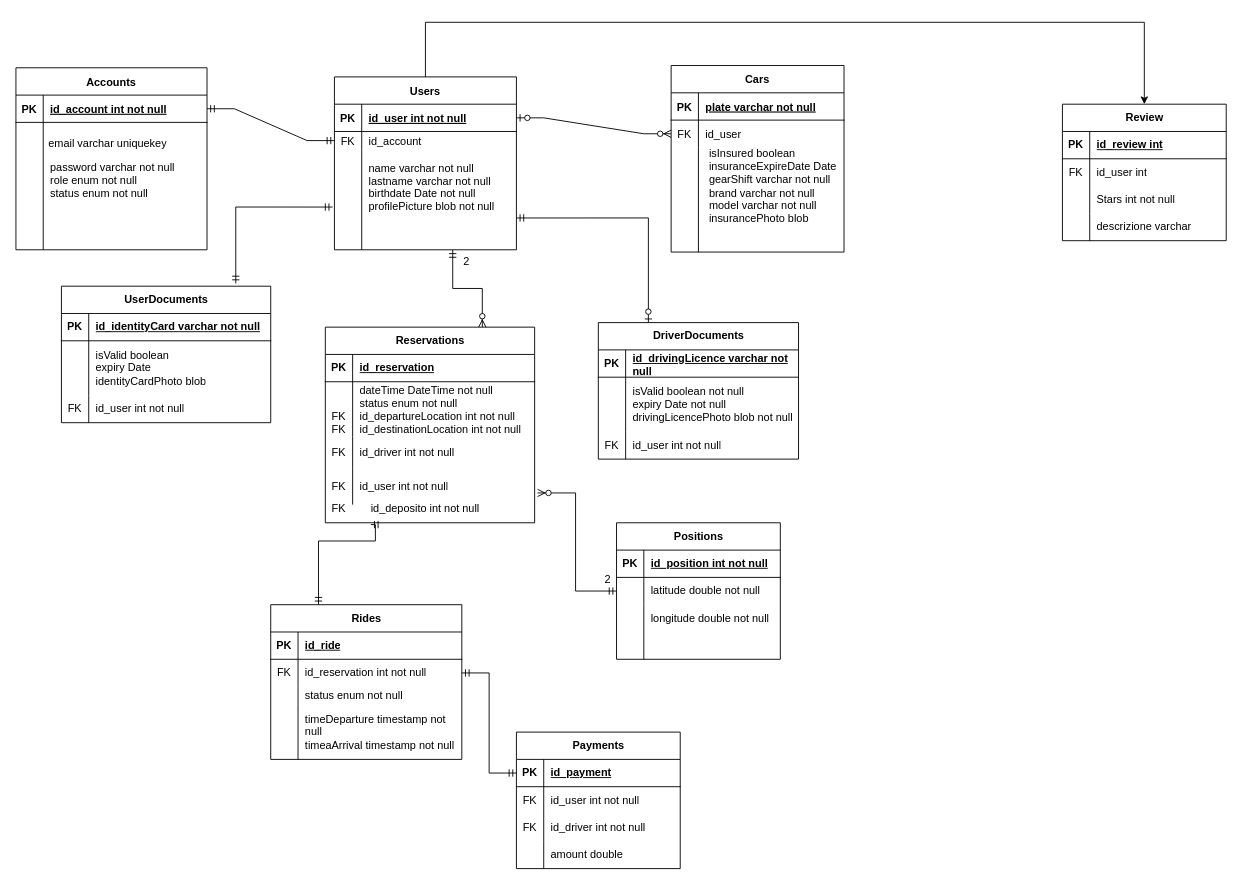
The draw.io diagram Documentazione/Entity-Relation/ERDiagramDetailed.drawio in alfacorso2024Settembre/MyPersonalDriver, before the edit. Source tidied: cells renumbered, new cells numbered last; positions are measured from the earlier drawing's top-left corner, leaving out a move shared by most shapes. Both pictures are drawn from the tidied source at 91%, with x=0, y=0 at pixel (15, 22).
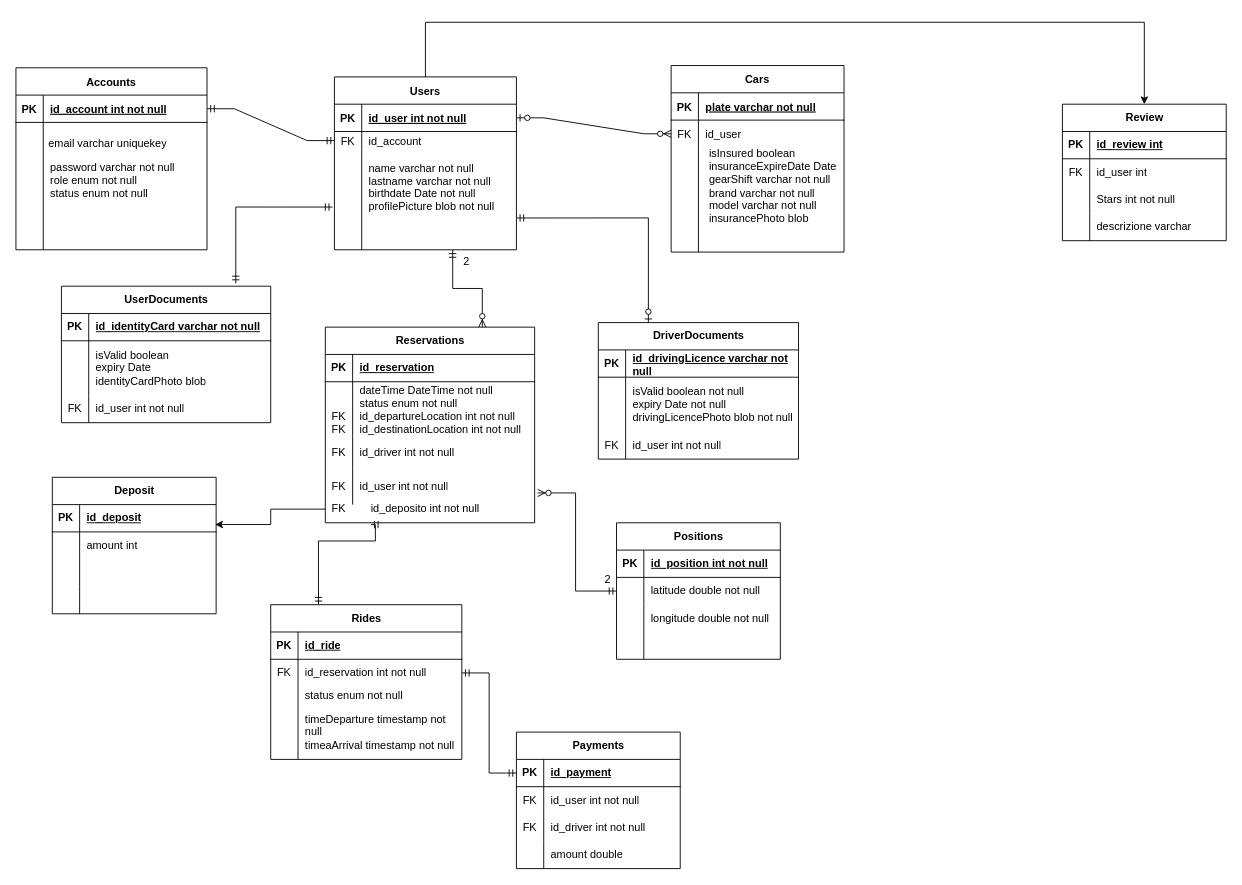
The same diagram, later.

Commit message (it also covers changes not shown here):
ER schema deposit

The change refers to these unchanged cells:
```xml
<mxCell id="127" value="FK" style="text;html=1;align=center;verticalAlign=middle;whiteSpace=wrap;rounded=0;" parent="1" vertex="1">
  <mxGeometry x="340" y="520" width="30" height="30" as="geometry" />
</mxCell>
```

Diff of the diagram source:
```diff
@@
+    <mxCell id="129" value="Deposit" style="shape=table;startSize=30;childLayout=tableLayout;rowLines=0;fontStyle=1;align=center;html=1;" parent="1" vertex="1">
+      <mxGeometry x="40" y="500" width="180" height="150" as="geometry" />
+    </mxCell>
+    <mxCell id="130" style="shape=tableRow;horizontal=0;startSize=0;swimlaneHead=0;swimlaneBody=0;fillColor=none;points=[[0,0.5],[1,0.5]];portConstraint=eastwest;top=0;left=0;right=0;bottom=1;" parent="129" vertex="1">
+      <mxGeometry y="30" width="180" height="30" as="geometry" />
+    </mxCell>
+    <mxCell id="131" value="PK" style="shape=partialRectangle;fillColor=none;top=0;left=0;bottom=0;right=0;fontStyle=1;overflow=hidden;whiteSpace=wrap;html=1;" parent="130" vertex="1">
+      <mxGeometry width="30" height="30" as="geometry" />
+    </mxCell>
+    <mxCell id="132" value="id_deposit" style="shape=partialRectangle;fillColor=none;top=0;left=0;bottom=0;right=0;align=left;spacingLeft=6;fontStyle=5;overflow=hidden;whiteSpace=wrap;html=1;" parent="130" vertex="1">
+      <mxGeometry x="30" width="150" height="30" as="geometry" />
+    </mxCell>
+    <mxCell id="133" style="shape=tableRow;horizontal=0;startSize=0;swimlaneHead=0;swimlaneBody=0;fillColor=none;top=0;left=0;right=0;bottom=0;" parent="129" vertex="1">
+      <mxGeometry y="60" width="180" height="30" as="geometry" />
+    </mxCell>
+    <mxCell id="134" style="shape=partialRectangle;fillColor=none;top=0;left=0;bottom=0;right=0;overflow=hidden;whiteSpace=wrap;html=1;" parent="133" vertex="1">
+      <mxGeometry width="30" height="30" as="geometry" />
+    </mxCell>
+    <mxCell id="135" value="amount int" style="shape=partialRectangle;fillColor=none;top=0;left=0;bottom=0;right=0;align=left;spacingLeft=6;overflow=hidden;whiteSpace=wrap;html=1;" parent="133" vertex="1">
+      <mxGeometry x="30" width="150" height="30" as="geometry" />
+    </mxCell>
+    <mxCell id="136" style="shape=tableRow;horizontal=0;startSize=0;swimlaneHead=0;swimlaneBody=0;fillColor=none;top=0;left=0;right=0;bottom=0;" parent="129" vertex="1">
+      <mxGeometry y="90" width="180" height="30" as="geometry" />
+    </mxCell>
+    <mxCell id="137" style="shape=partialRectangle;fillColor=none;top=0;left=0;bottom=0;right=0;overflow=hidden;whiteSpace=wrap;html=1;" parent="136" vertex="1">
+      <mxGeometry width="30" height="30" as="geometry" />
+    </mxCell>
+    <mxCell id="138" style="shape=partialRectangle;fillColor=none;top=0;left=0;bottom=0;right=0;align=left;spacingLeft=6;overflow=hidden;whiteSpace=wrap;html=1;" parent="136" vertex="1">
+      <mxGeometry x="30" width="150" height="30" as="geometry" />
+    </mxCell>
+    <mxCell id="139" style="shape=tableRow;horizontal=0;startSize=0;swimlaneHead=0;swimlaneBody=0;fillColor=none;top=0;left=0;right=0;bottom=0;" parent="129" vertex="1">
+      <mxGeometry y="120" width="180" height="30" as="geometry" />
+    </mxCell>
+    <mxCell id="140" style="shape=partialRectangle;fillColor=none;top=0;left=0;bottom=0;right=0;overflow=hidden;whiteSpace=wrap;html=1;" parent="139" vertex="1">
+      <mxGeometry width="30" height="30" as="geometry" />
+    </mxCell>
+    <mxCell id="141" style="shape=partialRectangle;fillColor=none;top=0;left=0;bottom=0;right=0;align=left;spacingLeft=6;overflow=hidden;whiteSpace=wrap;html=1;" parent="139" vertex="1">
+      <mxGeometry x="30" width="150" height="30" as="geometry" />
+    </mxCell>
+    <mxCell id="142" style="edgeStyle=orthogonalEdgeStyle;rounded=0;jettySize=auto;html=1;exitX=0;exitY=0.5;exitDx=0;exitDy=0;entryX=0.994;entryY=0.73;entryDx=0;entryDy=0;entryPerimeter=0;" parent="1" edge="1" source="127" target="130">
+      <mxGeometry relative="1" as="geometry" />
+    </mxCell>
```
